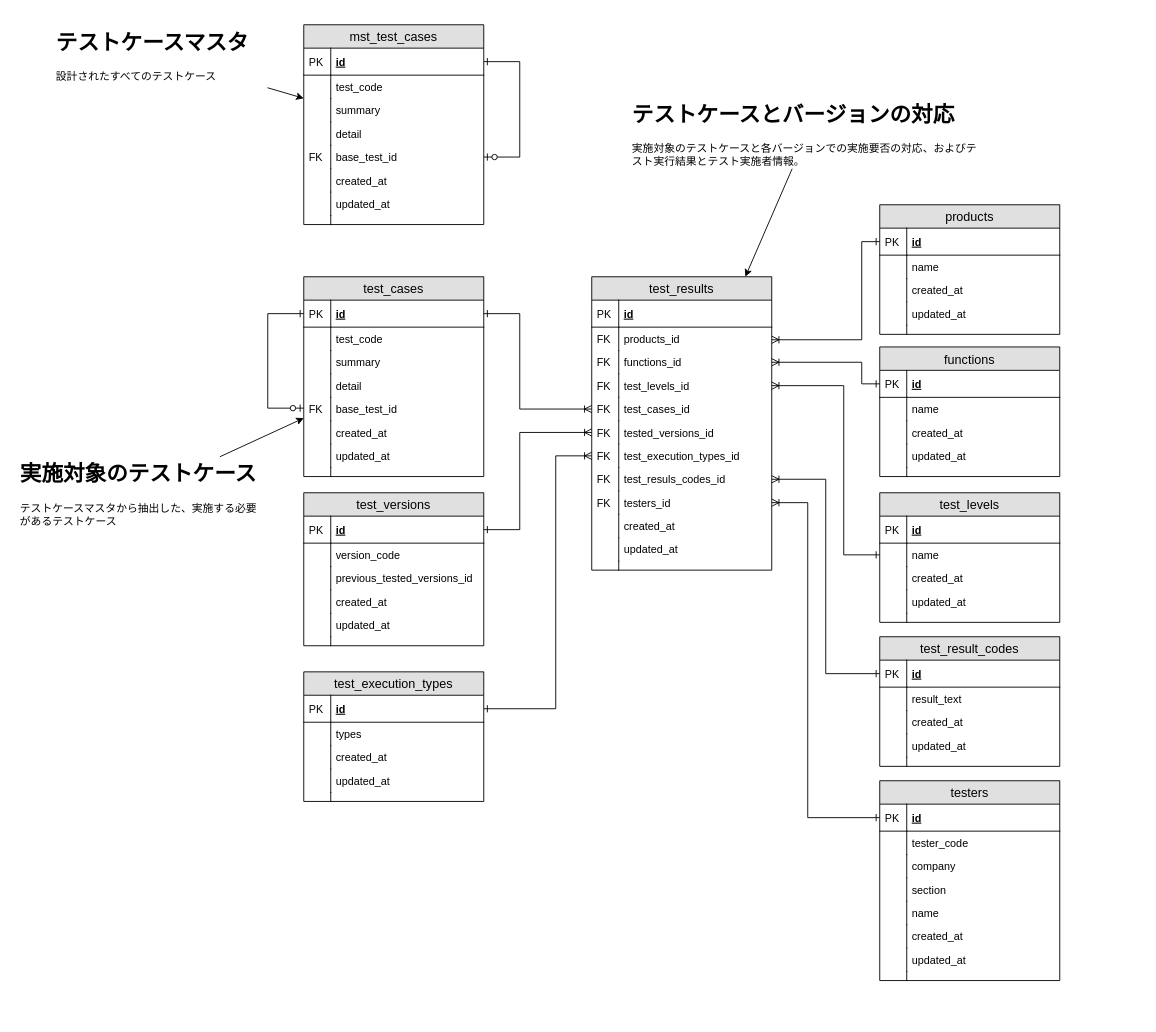
This is doc/design/db/Database_ER.drawio from CountrySideEngineer/TestResultManager, a draw.io file, before an edit. Source tidied: cells renumbered, new cells numbered last; positions are measured from the earlier drawing's top-left corner, leaving out a move shared by most shapes. Both pictures are drawn from the tidied source at 90%, with x=0, y=0 at pixel (15, 24).
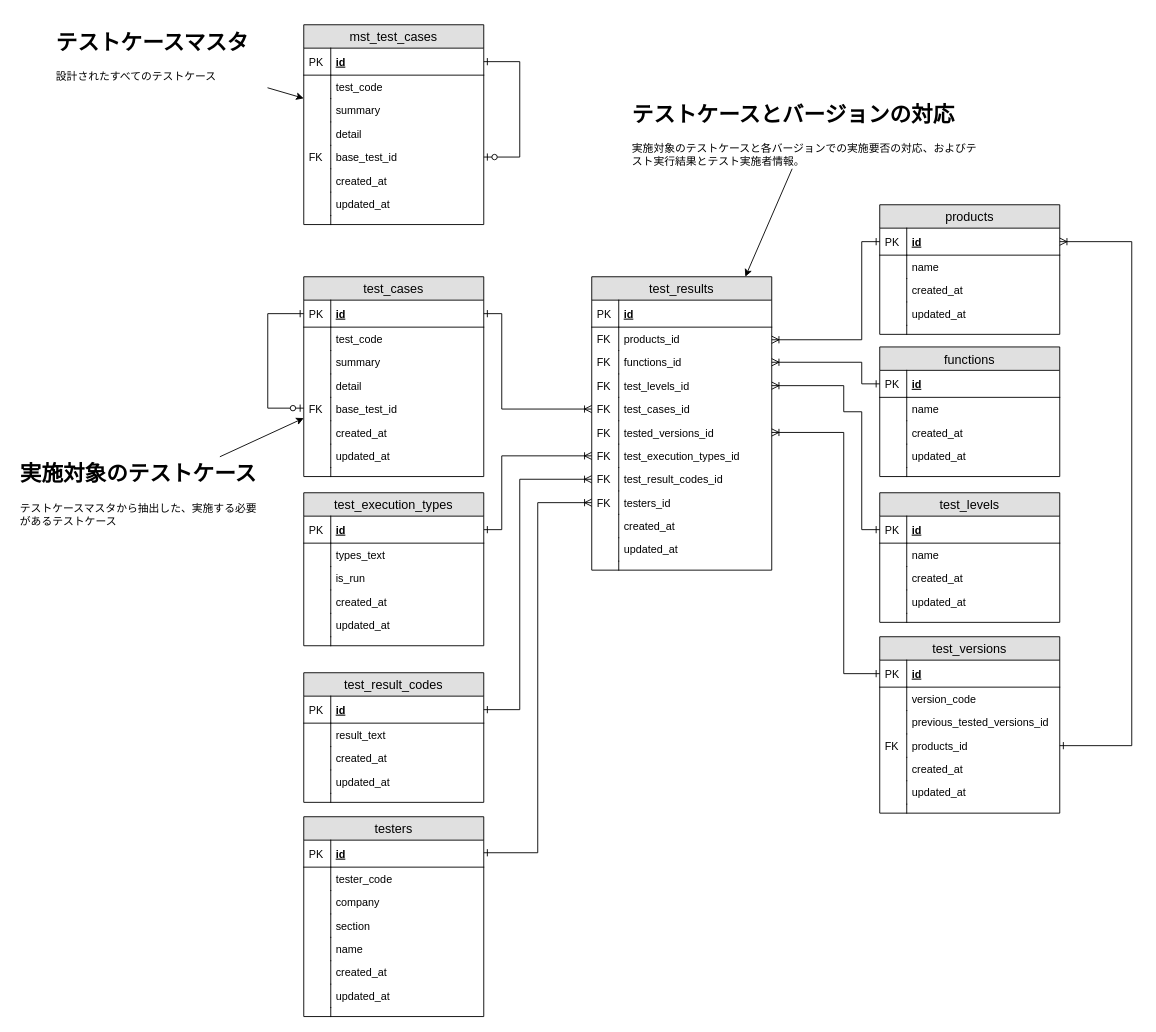
The same page after the edit.

Commit message (it also covers changes not shown here):
Simplify code with "using" phrase.

Unchanged cells that the change refers to:
```xml
<mxCell id="3" value="id" style="shape=partialRectangle;top=0;left=0;right=0;bottom=1;align=left;verticalAlign=middle;fillColor=none;spacingLeft=34;spacingRight=4;overflow=hidden;points=[[0,0.5],[1,0.5]];portConstraint=eastwest;fontStyle=5;fontSize=12;" parent="2" vertex="1">
  <mxGeometry y="26" width="200" height="30" as="geometry" />
</mxCell>
<mxCell id="34" value="id" style="shape=partialRectangle;top=0;left=0;right=0;bottom=1;align=left;verticalAlign=middle;fillColor=none;spacingLeft=34;spacingRight=4;overflow=hidden;points=[[0,0.5],[1,0.5]];portConstraint=eastwest;fontStyle=5;fontSize=12;" parent="33" vertex="1">
  <mxGeometry y="26" width="200" height="30" as="geometry" />
</mxCell>
<mxCell id="52" value="id" style="shape=partialRectangle;top=0;left=0;right=0;bottom=1;align=left;verticalAlign=middle;fillColor=none;spacingLeft=34;spacingRight=4;overflow=hidden;points=[[0,0.5],[1,0.5]];portConstraint=eastwest;fontStyle=5;fontSize=12;" parent="51" vertex="1">
  <mxGeometry y="26" width="200" height="30" as="geometry" />
</mxCell>
<mxCell id="63" value="id" style="shape=partialRectangle;top=0;left=0;right=0;bottom=1;align=left;verticalAlign=middle;fillColor=none;spacingLeft=34;spacingRight=4;overflow=hidden;points=[[0,0.5],[1,0.5]];portConstraint=eastwest;fontStyle=5;fontSize=12;" parent="62" vertex="1">
  <mxGeometry y="26" width="200" height="30" as="geometry" />
</mxCell>
<mxCell id="79" value="test_results" style="swimlane;fontStyle=0;horizontal=1;startSize=26;fillColor=#e0e0e0;swimlaneFillColor=#ffffff;align=center;fontSize=14;" parent="1" vertex="1">
  <mxGeometry x="640" y="280" width="200" height="326" as="geometry" />
</mxCell>
<mxCell id="86" value="test_levels_id" style="shape=partialRectangle;top=0;left=0;right=0;bottom=0;align=left;verticalAlign=top;fillColor=none;spacingLeft=34;spacingRight=4;overflow=hidden;points=[[0,0.5],[1,0.5]];portConstraint=eastwest;fontSize=12;" parent="79" vertex="1">
  <mxGeometry y="108" width="200" height="26" as="geometry" />
</mxCell>
<mxCell id="88" value="test_cases_id" style="shape=partialRectangle;top=0;left=0;right=0;bottom=0;align=left;verticalAlign=top;fillColor=none;spacingLeft=34;spacingRight=4;overflow=hidden;points=[[0,0.5],[1,0.5]];portConstraint=eastwest;fontSize=12;" parent="79" vertex="1">
  <mxGeometry y="134" width="200" height="26" as="geometry" />
</mxCell>
<mxCell id="90" value="tested_versions_id" style="shape=partialRectangle;top=0;left=0;right=0;bottom=0;align=left;verticalAlign=top;fillColor=none;spacingLeft=34;spacingRight=4;overflow=hidden;points=[[0,0.5],[1,0.5]];portConstraint=eastwest;fontSize=12;" parent="79" vertex="1">
  <mxGeometry y="160" width="200" height="26" as="geometry" />
</mxCell>
<mxCell id="92" value="test_execution_types_id" style="shape=partialRectangle;top=0;left=0;right=0;bottom=0;align=left;verticalAlign=top;fillColor=none;spacingLeft=34;spacingRight=4;overflow=hidden;points=[[0,0.5],[1,0.5]];portConstraint=eastwest;fontSize=12;" parent="79" vertex="1">
  <mxGeometry y="186" width="200" height="26" as="geometry" />
</mxCell>
<mxCell id="96" value="testers_id" style="shape=partialRectangle;top=0;left=0;right=0;bottom=0;align=left;verticalAlign=top;fillColor=none;spacingLeft=34;spacingRight=4;overflow=hidden;points=[[0,0.5],[1,0.5]];portConstraint=eastwest;fontSize=12;" parent="79" vertex="1">
  <mxGeometry y="238" width="200" height="26" as="geometry" />
</mxCell>
<mxCell id="110" value="id" style="shape=partialRectangle;top=0;left=0;right=0;bottom=1;align=left;verticalAlign=middle;fillColor=none;spacingLeft=34;spacingRight=4;overflow=hidden;points=[[0,0.5],[1,0.5]];portConstraint=eastwest;fontStyle=5;fontSize=12;" parent="109" vertex="1">
  <mxGeometry y="26" width="200" height="30" as="geometry" />
</mxCell>
<mxCell id="127" value="id" style="shape=partialRectangle;top=0;left=0;right=0;bottom=1;align=left;verticalAlign=middle;fillColor=none;spacingLeft=34;spacingRight=4;overflow=hidden;points=[[0,0.5],[1,0.5]];portConstraint=eastwest;fontStyle=5;fontSize=12;" parent="126" vertex="1">
  <mxGeometry y="26" width="200" height="30" as="geometry" />
</mxCell>
<mxCell id="149" value="id" style="shape=partialRectangle;top=0;left=0;right=0;bottom=1;align=left;verticalAlign=middle;fillColor=none;spacingLeft=34;spacingRight=4;overflow=hidden;points=[[0,0.5],[1,0.5]];portConstraint=eastwest;fontStyle=5;fontSize=12;" parent="148" vertex="1">
  <mxGeometry y="26" width="200" height="30" as="geometry" />
</mxCell>
<mxCell id="151" value="name" style="shape=partialRectangle;top=0;left=0;right=0;bottom=0;align=left;verticalAlign=top;fillColor=none;spacingLeft=34;spacingRight=4;overflow=hidden;points=[[0,0.5],[1,0.5]];portConstraint=eastwest;fontSize=12;" parent="148" vertex="1">
  <mxGeometry y="56" width="200" height="26" as="geometry" />
</mxCell>
```

Diff of the diagram source:
```diff
@@
     <mxCell id="2" value="test_versions" style="swimlane;fontStyle=0;horizontal=1;startSize=26;fillColor=#e0e0e0;swimlaneFillColor=#ffffff;align=center;fontSize=14;" parent="1" vertex="1">
-      <mxGeometry x="320" y="520" width="200" height="170" as="geometry" />
+      <mxGeometry x="960" y="680" width="200" height="196" as="geometry" />
     </mxCell>
@@
+    <mxCell id="162" value="products_id" style="shape=partialRectangle;top=0;left=0;right=0;bottom=0;align=left;verticalAlign=top;fillColor=none;spacingLeft=34;spacingRight=4;overflow=hidden;points=[[0,0.5],[1,0.5]];portConstraint=eastwest;fontSize=12;" parent="2" vertex="1">
+      <mxGeometry y="108" width="200" height="26" as="geometry" />
+    </mxCell>
+    <mxCell id="163" value="FK" style="shape=partialRectangle;top=0;left=0;bottom=0;fillColor=none;align=left;verticalAlign=top;spacingLeft=4;spacingRight=4;overflow=hidden;fontSize=12;" parent="162" vertex="1">
+      <mxGeometry width="30" height="26" as="geometry" />
+    </mxCell>
     <mxCell id="9" value="created_at" style="shape=partialRectangle;top=0;left=0;right=0;bottom=0;align=left;verticalAlign=top;fillColor=none;spacingLeft=34;spacingRight=4;overflow=hidden;fontSize=12;" parent="2" vertex="1">
-      <mxGeometry y="108" width="200" height="26" as="geometry" />
+      <mxGeometry y="134" width="200" height="26" as="geometry" />
     </mxCell>
@@
     <mxCell id="11" value="updated_at" style="shape=partialRectangle;top=0;left=0;right=0;bottom=0;align=left;verticalAlign=top;fillColor=none;spacingLeft=34;spacingRight=4;overflow=hidden;fontSize=12;" parent="2" vertex="1">
-      <mxGeometry y="134" width="200" height="26" as="geometry" />
+      <mxGeometry y="160" width="200" height="26" as="geometry" />
     </mxCell>
@@
     <mxCell id="13" style="shape=partialRectangle;top=0;left=0;right=0;bottom=0;align=left;verticalAlign=top;fillColor=none;spacingLeft=34;spacingRight=4;overflow=hidden;fontSize=12;" parent="2" vertex="1">
-      <mxGeometry y="160" width="200" height="10" as="geometry" />
+      <mxGeometry y="186" width="200" height="10" as="geometry" />
     </mxCell>
@@
     <mxCell id="51" value="test_result_codes" style="swimlane;fontStyle=0;horizontal=1;startSize=26;fillColor=#e0e0e0;swimlaneFillColor=#ffffff;align=center;fontSize=14;" parent="1" vertex="1">
-      <mxGeometry x="960" y="680" width="200" height="144" as="geometry" />
+      <mxGeometry x="320" y="720" width="200" height="144" as="geometry" />
     </mxCell>
@@
     <mxCell id="62" value="testers" style="swimlane;fontStyle=0;horizontal=1;startSize=26;fillColor=#e0e0e0;swimlaneFillColor=#ffffff;align=center;fontSize=14;" parent="1" vertex="1">
-      <mxGeometry x="960" y="840" width="200" height="222" as="geometry" />
+      <mxGeometry x="320" y="880" width="200" height="222" as="geometry" />
     </mxCell>
@@
-    <mxCell id="94" value="test_resuls_codes_id" style="shape=partialRectangle;top=0;left=0;right=0;bottom=0;align=left;verticalAlign=top;fillColor=none;spacingLeft=34;spacingRight=4;overflow=hidden;points=[[0,0.5],[1,0.5]];portConstraint=eastwest;fontSize=12;" parent="79" vertex="1">
+    <mxCell id="94" value="test_result_codes_id" style="shape=partialRectangle;top=0;left=0;right=0;bottom=0;align=left;verticalAlign=top;fillColor=none;spacingLeft=34;spacingRight=4;overflow=hidden;points=[[0,0.5],[1,0.5]];portConstraint=eastwest;fontSize=12;" parent="79" vertex="1">
       <mxGeometry y="212" width="200" height="26" as="geometry" />
     </mxCell>
@@
     <mxCell id="104" style="edgeStyle=orthogonalEdgeStyle;rounded=0;jettySize=auto;html=1;startArrow=ERone;startFill=0;endArrow=ERoneToMany;endFill=0;" parent="1" edge="1" source="52" target="94">
       <mxGeometry relative="1" as="geometry">
         <Array as="points">
-          <mxPoint x="900" y="721" />
-          <mxPoint x="900" y="505" />
+          <mxPoint x="560" y="761" />
+          <mxPoint x="560" y="505" />
         </Array>
       </mxGeometry>
     </mxCell>
     <mxCell id="105" style="edgeStyle=orthogonalEdgeStyle;rounded=0;jettySize=auto;html=1;endArrow=ERoneToMany;endFill=0;startArrow=ERone;startFill=0;" parent="1" edge="1" source="63" target="96">
       <mxGeometry relative="1" as="geometry">
         <Array as="points">
-          <mxPoint x="880" y="881" />
-          <mxPoint x="880" y="531" />
+          <mxPoint x="580" y="920" />
+          <mxPoint x="580" y="531" />
         </Array>
       </mxGeometry>
     </mxCell>
     <mxCell id="106" style="edgeStyle=orthogonalEdgeStyle;rounded=0;jettySize=auto;html=1;startArrow=ERone;startFill=0;endArrow=ERoneToMany;endFill=0;" parent="1" edge="1" source="34" target="88">
       <mxGeometry relative="1" as="geometry">
         <Array as="points">
-          <mxPoint x="560" y="321" />
-          <mxPoint x="560" y="427" />
+          <mxPoint x="540" y="321" />
+          <mxPoint x="540" y="427" />
         </Array>
       </mxGeometry>
     </mxCell>
     <mxCell id="107" style="edgeStyle=orthogonalEdgeStyle;rounded=0;jettySize=auto;html=1;startArrow=ERone;startFill=0;endArrow=ERoneToMany;endFill=0;" parent="1" edge="1" source="3" target="90">
       <mxGeometry relative="1" as="geometry">
         <Array as="points">
-          <mxPoint x="560" y="561" />
-          <mxPoint x="560" y="453" />
+          <mxPoint x="920" y="721" />
+          <mxPoint x="920" y="453" />
         </Array>
       </mxGeometry>
     </mxCell>
     <mxCell id="108" style="edgeStyle=orthogonalEdgeStyle;rounded=0;jettySize=auto;html=1;startArrow=ERone;startFill=0;endArrow=ERoneToMany;endFill=0;" parent="1" edge="1" source="110" target="92">
       <mxGeometry relative="1" as="geometry">
         <Array as="points">
-          <mxPoint x="600" y="760" />
-          <mxPoint x="600" y="479" />
+          <mxPoint x="540" y="561" />
+          <mxPoint x="540" y="479" />
         </Array>
       </mxGeometry>
     </mxCell>
     <mxCell id="109" value="test_execution_types" style="swimlane;fontStyle=0;horizontal=1;startSize=26;fillColor=#e0e0e0;swimlaneFillColor=#ffffff;align=center;fontSize=14;" parent="1" vertex="1">
-      <mxGeometry x="320" y="719" width="200" height="144" as="geometry" />
+      <mxGeometry x="320" y="520" width="200" height="170" as="geometry" />
     </mxCell>
@@
-    <mxCell id="112" value="types" style="shape=partialRectangle;top=0;left=0;right=0;bottom=0;align=left;verticalAlign=top;fillColor=none;spacingLeft=34;spacingRight=4;overflow=hidden;fontSize=12;" parent="109" vertex="1">
+    <mxCell id="112" value="types_text" style="shape=partialRectangle;top=0;left=0;right=0;bottom=0;align=left;verticalAlign=top;fillColor=none;spacingLeft=34;spacingRight=4;overflow=hidden;fontSize=12;" parent="109" vertex="1">
       <mxGeometry y="56" width="200" height="26" as="geometry" />
     </mxCell>
@@
+    <mxCell id="164" value="is_run" style="shape=partialRectangle;top=0;left=0;right=0;bottom=0;align=left;verticalAlign=top;fillColor=none;spacingLeft=34;spacingRight=4;overflow=hidden;fontSize=12;" parent="109" vertex="1">
+      <mxGeometry y="82" width="200" height="26" as="geometry" />
+    </mxCell>
+    <mxCell id="165" style="shape=partialRectangle;top=0;left=0;bottom=0;fillColor=none;align=left;verticalAlign=top;spacingLeft=4;spacingRight=4;overflow=hidden;fontSize=12;" parent="164" vertex="1">
+      <mxGeometry width="30" height="26" as="geometry" />
+    </mxCell>
     <mxCell id="114" value="created_at" style="shape=partialRectangle;top=0;left=0;right=0;bottom=0;align=left;verticalAlign=top;fillColor=none;spacingLeft=34;spacingRight=4;overflow=hidden;fontSize=12;" parent="109" vertex="1">
-      <mxGeometry y="82" width="200" height="26" as="geometry" />
+      <mxGeometry y="108" width="200" height="26" as="geometry" />
     </mxCell>
@@
     <mxCell id="116" value="updated_at" style="shape=partialRectangle;top=0;left=0;right=0;bottom=0;align=left;verticalAlign=top;fillColor=none;spacingLeft=34;spacingRight=4;overflow=hidden;fontSize=12;" parent="109" vertex="1">
-      <mxGeometry y="108" width="200" height="26" as="geometry" />
+      <mxGeometry y="134" width="200" height="26" as="geometry" />
     </mxCell>
@@
     <mxCell id="118" style="shape=partialRectangle;top=0;left=0;right=0;bottom=0;align=left;verticalAlign=top;fillColor=none;spacingLeft=34;spacingRight=4;overflow=hidden;fontSize=12;" parent="109" vertex="1">
-      <mxGeometry y="134" width="200" height="10" as="geometry" />
+      <mxGeometry y="160" width="200" height="10" as="geometry" />
     </mxCell>
@@
-    <mxCell id="159" style="edgeStyle=orthogonalEdgeStyle;rounded=0;jettySize=auto;html=1;startArrow=ERone;startFill=0;endArrow=ERoneToMany;endFill=0;" parent="1" edge="1" source="151" target="86">
+    <mxCell id="159" style="edgeStyle=orthogonalEdgeStyle;rounded=0;jettySize=auto;html=1;startArrow=ERone;startFill=0;endArrow=ERoneToMany;endFill=0;" parent="1" edge="1" source="149" target="86">
       <mxGeometry relative="1" as="geometry">
         <Array as="points">
-          <mxPoint x="920" y="589" />
+          <mxPoint x="940" y="561" />
+          <mxPoint x="940" y="430" />
+          <mxPoint x="920" y="430" />
           <mxPoint x="920" y="401" />
         </Array>
       </mxGeometry>
     </mxCell>
@@
+    <mxCell id="166" style="edgeStyle=orthogonalEdgeStyle;rounded=0;jettySize=auto;html=1;endArrow=ERone;endFill=0;startArrow=ERoneToMany;startFill=0;" parent="1" edge="1" source="127" target="162">
+      <mxGeometry relative="1" as="geometry">
+        <Array as="points">
+          <mxPoint x="1240" y="241" />
+          <mxPoint x="1240" y="801" />
+        </Array>
+      </mxGeometry>
+    </mxCell>
```
